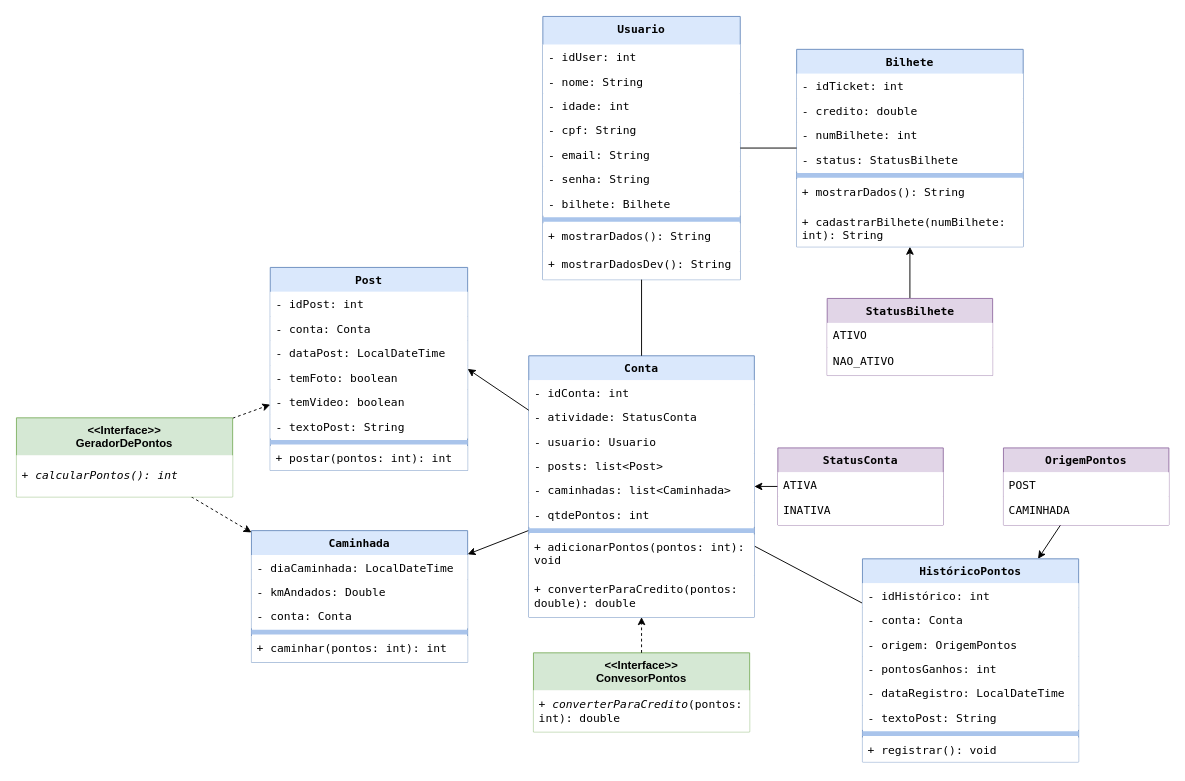
This is soulpass_project/java_soulpass_diagram.drawio from SoulPass-1TDSPJ/java_soulpass, a draw.io file, before an edit. Source tidied: cells renumbered, new cells numbered last; positions are measured from the earlier drawing's top-left corner, leaving out a move shared by most shapes. Both pictures are drawn from the tidied source at 94%, with x=0, y=0 at pixel (16, 16).
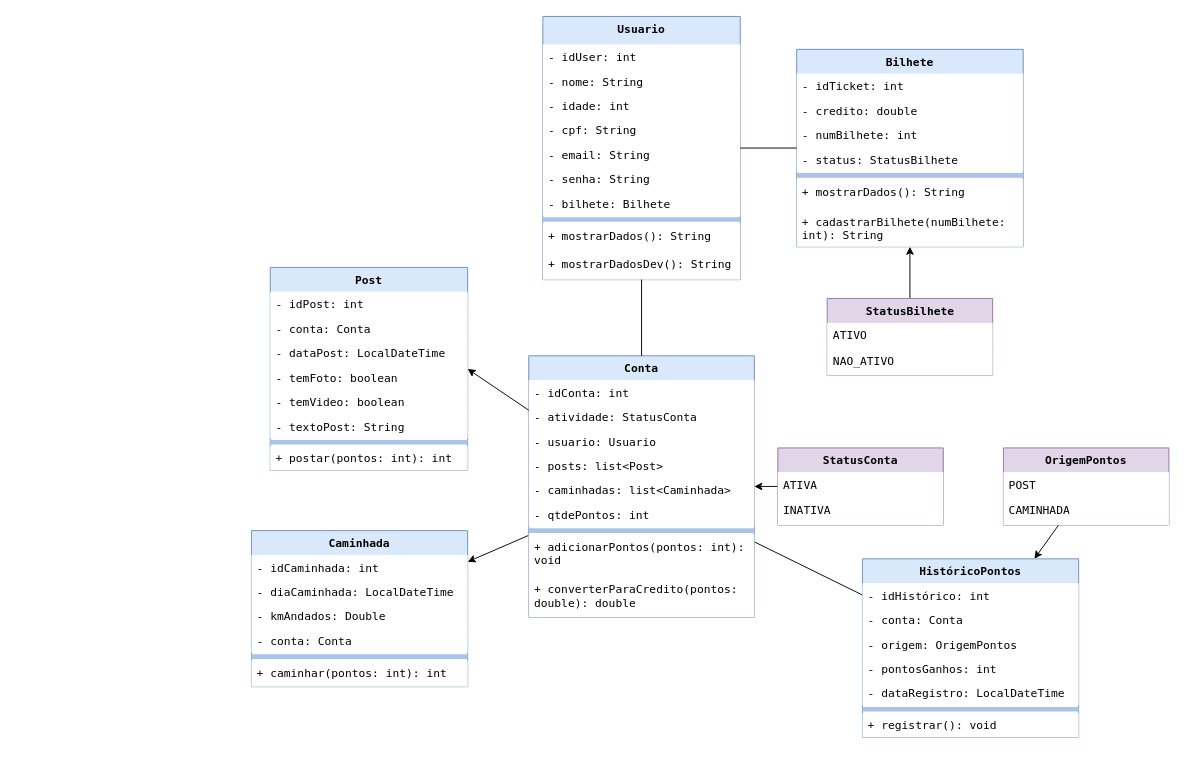
The same page after the edit.

Commit message:
docs: diagrama atualizado

Unchanged cells that the change refers to:
```xml
<mxCell id="15" value="Conta" style="swimlane;fontStyle=1;align=center;verticalAlign=top;horizontal=1;startSize=26;whiteSpace=wrap;html=1;fillColor=#dae8fc;strokeColor=#6c8ebf;shadow=0;swimlaneLine=0;rounded=0;fontColor=#000000;fontFamily=Lucida Console;" parent="1" vertex="1">
  <mxGeometry x="545" y="361" width="240" height="278" as="geometry" />
</mxCell>
<mxCell id="42" value="Post" style="swimlane;fontStyle=1;align=center;verticalAlign=top;horizontal=1;startSize=26;whiteSpace=wrap;html=1;fillColor=#dae8fc;strokeColor=#6c8ebf;shadow=0;swimlaneLine=0;rounded=0;fontColor=#000000;fontFamily=Lucida Console;" parent="1" vertex="1">
  <mxGeometry x="270" y="267" width="210" height="216" as="geometry" />
</mxCell>
```

Diff of the diagram source:
```diff
@@
-    <mxCell id="37" value="&lt;div&gt;&amp;lt;&amp;lt;Interface&amp;gt;&amp;gt;&lt;/div&gt;ConvesorPontos" style="swimlane;fontStyle=1;align=center;verticalAlign=top;horizontal=1;startSize=40;whiteSpace=wrap;html=1;fillColor=#d5e8d4;strokeColor=#82b366;swimlaneLine=0;" parent="1" vertex="1">
-      <mxGeometry x="550" y="677" width="230" height="84" as="geometry" />
-    </mxCell>
-    <mxCell id="38" value="+ &lt;i&gt;converterParaCredito&lt;/i&gt;(pontos: int): double" style="text;strokeColor=none;fillColor=#FFFFFF;align=left;verticalAlign=middle;spacingLeft=4;spacingRight=4;overflow=hidden;whiteSpace=wrap;html=1;fontColor=#000000;fontFamily=Lucida Console;" parent="37" vertex="1">
-      <mxGeometry y="40" width="230" height="44" as="geometry" />
-    </mxCell>
-    <mxCell id="39" style="endArrow=classic;html=1;rounded=0;dashed=1;startArrow=none;startFill=0;endFill=1;" parent="1" edge="1" source="37" target="15">
-      <mxGeometry relative="1" as="geometry" />
-    </mxCell>
@@
     <mxCell id="51" value="Caminhada" style="swimlane;fontStyle=1;align=center;verticalAlign=top;horizontal=1;startSize=26;whiteSpace=wrap;html=1;fillColor=#dae8fc;strokeColor=#6c8ebf;shadow=0;swimlaneLine=0;rounded=0;fontColor=#000000;fontFamily=Lucida Console;" parent="1" vertex="1">
-      <mxGeometry x="250" y="547" width="230" height="140" as="geometry" />
+      <mxGeometry x="250" y="547" width="230" height="166" as="geometry" />
     </mxCell>
-    <mxCell id="52" value="- diaCaminhada: LocalDateTime" style="text;align=left;verticalAlign=top;spacingLeft=4;spacingRight=4;overflow=hidden;whiteSpace=wrap;html=1;glass=0;fillColor=#FFFFFF;fontColor=#000000;strokeColor=none;fontFamily=Lucida Console;" parent="51" vertex="1">
+    <mxCell id="52" value="- idCaminhada: int" style="text;align=left;verticalAlign=top;spacingLeft=4;spacingRight=4;overflow=hidden;whiteSpace=wrap;html=1;glass=0;fillColor=#FFFFFF;fontColor=#000000;strokeColor=none;fontFamily=Lucida Console;" parent="51" vertex="1">
       <mxGeometry y="26" width="230" height="26" as="geometry" />
     </mxCell>
+    <mxCell id="79" value="- diaCaminhada: LocalDateTime" style="text;align=left;verticalAlign=top;spacingLeft=4;spacingRight=4;overflow=hidden;whiteSpace=wrap;html=1;glass=0;fillColor=#FFFFFF;fontColor=#000000;strokeColor=none;fontFamily=Lucida Console;" parent="51" vertex="1">
+      <mxGeometry y="52" width="230" height="26" as="geometry" />
+    </mxCell>
     <mxCell id="53" value="- kmAndados: Double" style="text;align=left;verticalAlign=top;spacingLeft=4;spacingRight=4;overflow=hidden;whiteSpace=wrap;html=1;glass=0;fillColor=#FFFFFF;fontColor=#000000;strokeColor=none;fontFamily=Lucida Console;" parent="51" vertex="1">
-      <mxGeometry y="52" width="230" height="26" as="geometry" />
+      <mxGeometry y="78" width="230" height="26" as="geometry" />
     </mxCell>
     <mxCell id="54" value="- conta: Conta" style="text;align=left;verticalAlign=top;spacingLeft=4;spacingRight=4;overflow=hidden;whiteSpace=wrap;html=1;glass=0;fillColor=#FFFFFF;fontColor=#000000;strokeColor=none;fontFamily=Lucida Console;" parent="51" vertex="1">
-      <mxGeometry y="78" width="230" height="26" as="geometry" />
+      <mxGeometry y="104" width="230" height="26" as="geometry" />
     </mxCell>
     <mxCell id="55" style="line;strokeWidth=5;fillColor=none;align=left;verticalAlign=middle;spacingTop=-1;spacingLeft=3;spacingRight=3;labelPosition=right;strokeColor=#A9C4EB;" parent="51" vertex="1">
-      <mxGeometry y="104" width="230" height="8" as="geometry" />
+      <mxGeometry y="130" width="230" height="8" as="geometry" />
     </mxCell>
     <mxCell id="56" value="+ caminhar(pontos: int): int" style="text;strokeColor=none;fillColor=#FFFFFF;align=left;verticalAlign=top;spacingLeft=4;spacingRight=4;overflow=hidden;whiteSpace=wrap;html=1;fontColor=#000000;fontFamily=Lucida Console;" parent="51" vertex="1">
-      <mxGeometry y="112" width="230" height="28" as="geometry" />
+      <mxGeometry y="138" width="230" height="28" as="geometry" />
     </mxCell>
@@
     <mxCell id="66" value="HistóricoPontos" style="swimlane;fontStyle=1;align=center;verticalAlign=top;horizontal=1;startSize=26;whiteSpace=wrap;html=1;fillColor=#dae8fc;strokeColor=#6c8ebf;shadow=0;swimlaneLine=0;rounded=0;fontColor=#000000;fontFamily=Lucida Console;" parent="1" vertex="1">
-      <mxGeometry x="900" y="577" width="230" height="216" as="geometry" />
+      <mxGeometry x="900" y="577" width="230" height="190" as="geometry" />
     </mxCell>
@@
-    <mxCell id="72" value="- textoPost: String" style="text;strokeColor=none;fillColor=#FFFFFF;align=left;verticalAlign=top;spacingLeft=4;spacingRight=4;overflow=hidden;whiteSpace=wrap;html=1;fontColor=#000000;fontFamily=Lucida Console;" parent="66" vertex="1">
-      <mxGeometry y="156" width="230" height="26" as="geometry" />
-    </mxCell>
     <mxCell id="73" style="line;strokeWidth=5;fillColor=none;align=left;verticalAlign=middle;spacingTop=-1;spacingLeft=3;spacingRight=3;labelPosition=right;strokeColor=#A9C4EB;" parent="66" vertex="1">
-      <mxGeometry y="182" width="230" height="8" as="geometry" />
+      <mxGeometry y="156" width="230" height="8" as="geometry" />
     </mxCell>
     <mxCell id="74" value="+ registrar(): void" style="text;strokeColor=none;fillColor=#FFFFFF;align=left;verticalAlign=top;spacingLeft=4;spacingRight=4;overflow=hidden;whiteSpace=wrap;html=1;fontColor=#000000;fontFamily=Lucida Console;" parent="66" vertex="1">
-      <mxGeometry y="190" width="230" height="26" as="geometry" />
+      <mxGeometry y="164" width="230" height="26" as="geometry" />
     </mxCell>
-    <mxCell id="75" style="rounded=0;jettySize=auto;html=1;dashed=1;" parent="1" edge="1" source="77" target="42">
-      <mxGeometry relative="1" as="geometry" />
-    </mxCell>
-    <mxCell id="76" style="rounded=0;jettySize=auto;html=1;dashed=1;" parent="1" edge="1" source="77" target="51">
-      <mxGeometry relative="1" as="geometry" />
-    </mxCell>
-    <mxCell id="77" value="&lt;div&gt;&amp;lt;&amp;lt;Interface&amp;gt;&amp;gt;&lt;/div&gt;&lt;div&gt;GeradorDePontos&lt;/div&gt;" style="swimlane;fontStyle=1;align=center;verticalAlign=top;horizontal=1;startSize=40;whiteSpace=wrap;html=1;fillColor=#d5e8d4;strokeColor=#82b366;swimlaneLine=0;" parent="1" vertex="1">
-      <mxGeometry y="427" width="230" height="84" as="geometry" />
-    </mxCell>
-    <mxCell id="78" value="+ &lt;i&gt;calcularPontos(): int&lt;/i&gt;" style="text;strokeColor=none;fillColor=#FFFFFF;align=left;verticalAlign=middle;spacingLeft=4;spacingRight=4;overflow=hidden;whiteSpace=wrap;html=1;fontColor=#000000;fontFamily=Lucida Console;" parent="77" vertex="1">
-      <mxGeometry y="40" width="230" height="44" as="geometry" />
-    </mxCell>
```
